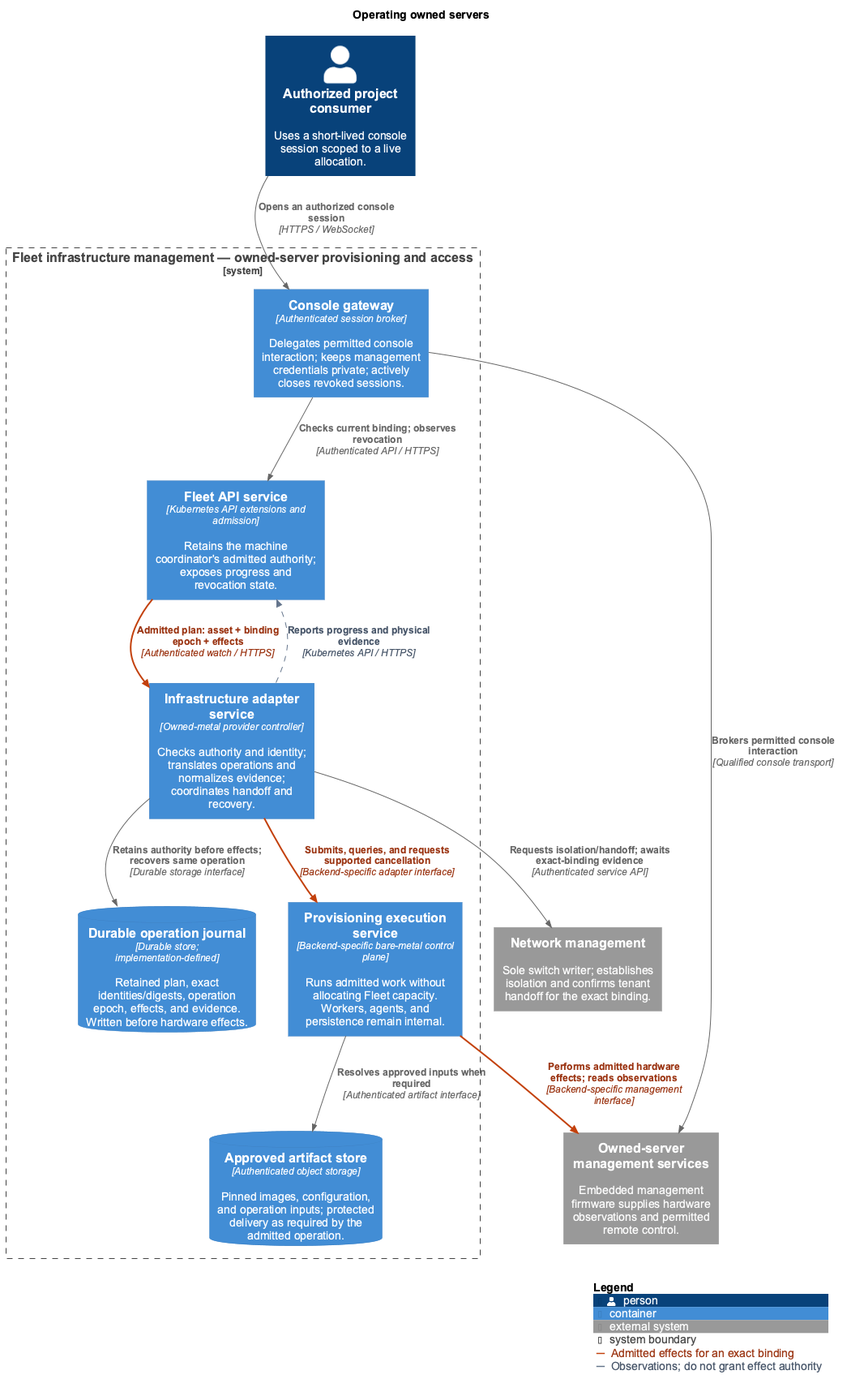
The PlantUML diagram docs/proposals/fleet-management/diagrams/provisioning-containers.png in datum-cloud/fleet, before a commit. Source of this version:
```plantuml
@startuml provisioning-containers
!$NEW_C4_STYLE = 1
!include <C4/C4_Container>

title Operating owned servers
LAYOUT_TOP_DOWN()
skinparam backgroundColor #FFFFFF
skinparam defaultFontName Arial
skinparam shadowing false
skinparam nodesep 40
skinparam ranksep 60
AddRelTag("authority", $textColor="#9A3412", $lineColor="#C2410C", $lineStyle=BoldLine(), $legendText="Admitted effects for an exact binding")
AddRelTag("evidence", $textColor="#475569", $lineColor="#64748B", $lineStyle=DashedLine(), $legendText="Observations; do not grant effect authority")

Person(consumer, "Authorized project consumer", "Uses a short-lived console session scoped to a live allocation.")
System_Ext(networking, "Network management", "Sole switch writer; establishes isolation and confirms tenant handoff for the exact binding.")
System_Ext(management, "Owned-server management services", "Embedded management firmware supplies hardware observations and permitted remote control.")

System_Boundary(fleet, "Fleet infrastructure management — owned-server provisioning and access") {
  Container(api, "Fleet API service", "Kubernetes API extensions and admission", "Retains the machine coordinator's admitted authority; exposes progress and revocation state.")
  Container(provider, "Infrastructure adapter service", "Owned-metal provider controller", "Checks authority and identity; translates operations and normalizes evidence; coordinates handoff and recovery.")
  ContainerDb(journal, "Durable operation journal", "Durable store; implementation-defined", "Retained plan, exact identities/digests, operation epoch, effects, and evidence. Written before hardware effects.")
  Container(execution, "Provisioning execution service", "Backend-specific bare-metal control plane", "Runs admitted work without allocating Fleet capacity. Workers, agents, and persistence remain internal.")
  ContainerDb(artifacts, "Approved artifact store", "Authenticated object storage", "Pinned images, configuration, and operation inputs; protected delivery as required by the admitted operation.")
  Container(console, "Console gateway", "Authenticated session broker", "Delegates permitted console interaction; keeps management credentials private; actively closes revoked sessions.")
}

Rel(api, provider, "Admitted plan: asset + binding epoch + effects", "Authenticated watch / HTTPS", $tags="authority")
Rel(provider, api, "Reports progress and physical evidence", "Kubernetes API / HTTPS", $tags="evidence")
Rel(provider, journal, "Retains authority before effects; recovers same operation", "Durable storage interface")
Rel(provider, execution, "Submits, queries, and requests supported cancellation", "Backend-specific adapter interface", $tags="authority")
Rel(provider, networking, "Requests isolation/handoff; awaits exact-binding evidence", "Authenticated service API")
Rel(execution, management, "Performs admitted hardware effects; reads observations", "Backend-specific management interface", $tags="authority")
Rel(execution, artifacts, "Resolves approved inputs when required", "Authenticated artifact interface")
Rel(consumer, console, "Opens an authorized console session", "HTTPS / WebSocket")
Rel(console, api, "Checks current binding; observes revocation", "Authenticated API / HTTPS")
Rel(console, management, "Brokers permitted console interaction", "Qualified console transport")

Lay_R(api, provider)
Lay_R(provider, journal)
Lay_D(provider, execution)
Lay_R(execution, artifacts)
Lay_D(consumer, console)

SHOW_LEGEND()
@enduml
```
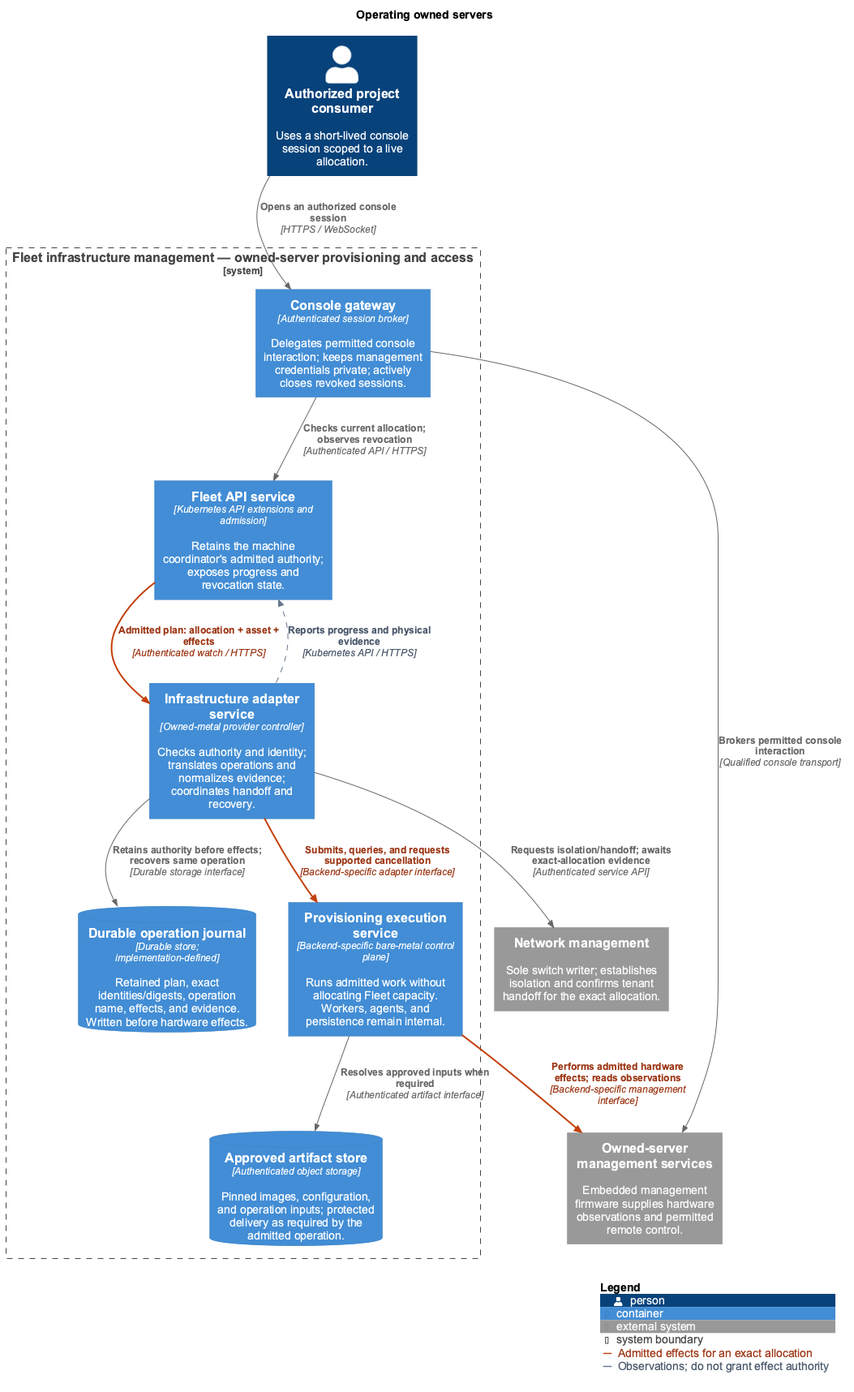
The same diagram one commit later.

Change to the diagram source:
```diff
@@ -9,31 +9,31 @@
 skinparam shadowing false
 skinparam nodesep 40
 skinparam ranksep 60
-AddRelTag("authority", $textColor="#9A3412", $lineColor="#C2410C", $lineStyle=BoldLine(), $legendText="Admitted effects for an exact binding")
+AddRelTag("authority", $textColor="#9A3412", $lineColor="#C2410C", $lineStyle=BoldLine(), $legendText="Admitted effects for an exact allocation")
 AddRelTag("evidence", $textColor="#475569", $lineColor="#64748B", $lineStyle=DashedLine(), $legendText="Observations; do not grant effect authority")
 
 Person(consumer, "Authorized project consumer", "Uses a short-lived console session scoped to a live allocation.")
-System_Ext(networking, "Network management", "Sole switch writer; establishes isolation and confirms tenant handoff for the exact binding.")
+System_Ext(networking, "Network management", "Sole switch writer; establishes isolation and confirms tenant handoff for the exact allocation.")
 System_Ext(management, "Owned-server management services", "Embedded management firmware supplies hardware observations and permitted remote control.")
 
 System_Boundary(fleet, "Fleet infrastructure management — owned-server provisioning and access") {
   Container(api, "Fleet API service", "Kubernetes API extensions and admission", "Retains the machine coordinator's admitted authority; exposes progress and revocation state.")
   Container(provider, "Infrastructure adapter service", "Owned-metal provider controller", "Checks authority and identity; translates operations and normalizes evidence; coordinates handoff and recovery.")
-  ContainerDb(journal, "Durable operation journal", "Durable store; implementation-defined", "Retained plan, exact identities/digests, operation epoch, effects, and evidence. Written before hardware effects.")
+  ContainerDb(journal, "Durable operation journal", "Durable store; implementation-defined", "Retained plan, exact identities/digests, operation name, effects, and evidence. Written before hardware effects.")
   Container(execution, "Provisioning execution service", "Backend-specific bare-metal control plane", "Runs admitted work without allocating Fleet capacity. Workers, agents, and persistence remain internal.")
   ContainerDb(artifacts, "Approved artifact store", "Authenticated object storage", "Pinned images, configuration, and operation inputs; protected delivery as required by the admitted operation.")
   Container(console, "Console gateway", "Authenticated session broker", "Delegates permitted console interaction; keeps management credentials private; actively closes revoked sessions.")
 }
 
-Rel(api, provider, "Admitted plan: asset + binding epoch + effects", "Authenticated watch / HTTPS", $tags="authority")
+Rel(api, provider, "Admitted plan: allocation + asset + effects", "Authenticated watch / HTTPS", $tags="authority")
 Rel(provider, api, "Reports progress and physical evidence", "Kubernetes API / HTTPS", $tags="evidence")
 Rel(provider, journal, "Retains authority before effects; recovers same operation", "Durable storage interface")
 Rel(provider, execution, "Submits, queries, and requests supported cancellation", "Backend-specific adapter interface", $tags="authority")
-Rel(provider, networking, "Requests isolation/handoff; awaits exact-binding evidence", "Authenticated service API")
+Rel(provider, networking, "Requests isolation/handoff; awaits exact-allocation evidence", "Authenticated service API")
 Rel(execution, management, "Performs admitted hardware effects; reads observations", "Backend-specific management interface", $tags="authority")
 Rel(execution, artifacts, "Resolves approved inputs when required", "Authenticated artifact interface")
 Rel(consumer, console, "Opens an authorized console session", "HTTPS / WebSocket")
-Rel(console, api, "Checks current binding; observes revocation", "Authenticated API / HTTPS")
+Rel(console, api, "Checks current allocation; observes revocation", "Authenticated API / HTTPS")
 Rel(console, management, "Brokers permitted console interaction", "Qualified console transport")
 
 Lay_R(api, provider)
```
